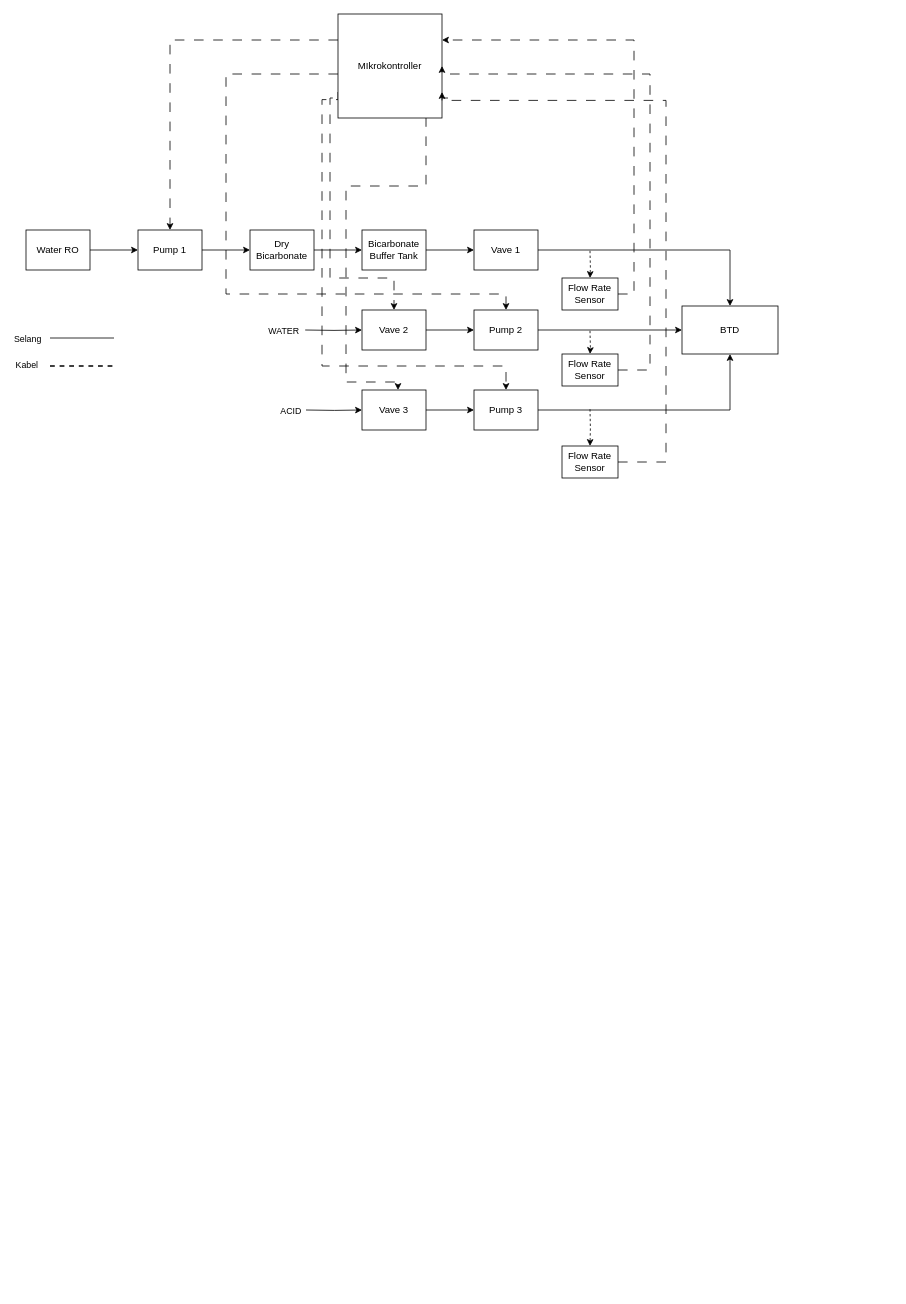
This is Untitled Diagram.drawio from hulagukhan/bismillahjadi, a draw.io file, before an edit. Source tidied: cells renumbered, new cells numbered last; positions are measured from the earlier drawing's top-left corner, leaving out a move shared by most shapes. Both pictures are drawn from the tidied source at 80%, with x=0, y=0 at pixel (26, 14).
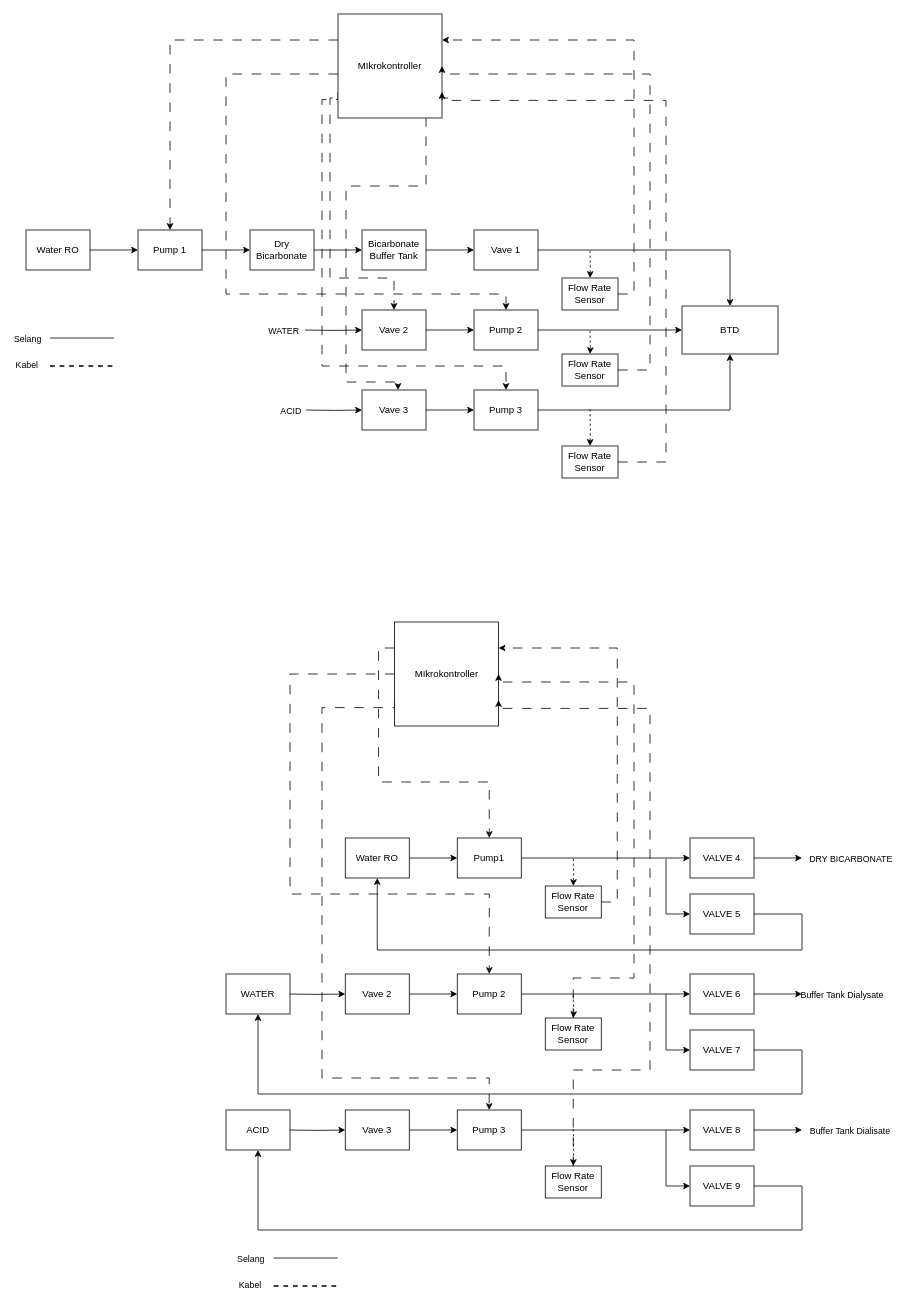
Above is the later version.

Diff of the diagram source:
```diff
@@
+    <mxCell id="44" style="edgeStyle=orthogonalEdgeStyle;rounded=0;jettySize=auto;html=1;" parent="1" edge="1" source="45" target="47">
+      <mxGeometry relative="1" as="geometry" />
+    </mxCell>
+    <mxCell id="45" value="Water RO" style="rounded=0;whiteSpace=wrap;html=1;" parent="1" vertex="1">
+      <mxGeometry x="399.1" y="1030" width="80" height="50" as="geometry" />
+    </mxCell>
+    <mxCell id="46" style="edgeStyle=orthogonalEdgeStyle;rounded=0;jettySize=auto;html=1;entryX=0;entryY=0.5;entryDx=0;entryDy=0;" parent="1" edge="1" source="47" target="77">
+      <mxGeometry relative="1" as="geometry" />
+    </mxCell>
+    <mxCell id="47" value="Pump1" style="rounded=0;whiteSpace=wrap;html=1;" parent="1" vertex="1">
+      <mxGeometry x="539.1" y="1030" width="80" height="50" as="geometry" />
+    </mxCell>
+    <mxCell id="48" style="edgeStyle=orthogonalEdgeStyle;rounded=0;jettySize=auto;html=1;" parent="1" edge="1" source="50" target="52">
+      <mxGeometry relative="1" as="geometry" />
+    </mxCell>
+    <mxCell id="49" style="edgeStyle=orthogonalEdgeStyle;rounded=0;jettySize=auto;html=1;" parent="1" edge="1" target="50">
+      <mxGeometry relative="1" as="geometry">
+        <mxPoint x="328.1" y="1225" as="sourcePoint" />
+      </mxGeometry>
+    </mxCell>
+    <mxCell id="50" value="Vave 2" style="rounded=0;whiteSpace=wrap;html=1;" parent="1" vertex="1">
+      <mxGeometry x="399.1" y="1200" width="80" height="50" as="geometry" />
+    </mxCell>
+    <mxCell id="51" style="edgeStyle=orthogonalEdgeStyle;rounded=0;jettySize=auto;html=1;entryX=0;entryY=0.5;entryDx=0;entryDy=0;" parent="1" edge="1" source="52" target="86">
+      <mxGeometry relative="1" as="geometry" />
+    </mxCell>
+    <mxCell id="52" value="Pump 2" style="rounded=0;whiteSpace=wrap;html=1;" parent="1" vertex="1">
+      <mxGeometry x="539.1" y="1200" width="80" height="50" as="geometry" />
+    </mxCell>
+    <mxCell id="53" style="edgeStyle=orthogonalEdgeStyle;rounded=0;jettySize=auto;html=1;" parent="1" edge="1" source="55" target="57">
+      <mxGeometry relative="1" as="geometry" />
+    </mxCell>
+    <mxCell id="54" style="edgeStyle=orthogonalEdgeStyle;rounded=0;jettySize=auto;html=1;" parent="1" edge="1" target="55">
+      <mxGeometry relative="1" as="geometry">
+        <mxPoint x="329.1" y="1395" as="sourcePoint" />
+      </mxGeometry>
+    </mxCell>
+    <mxCell id="55" value="Vave 3" style="rounded=0;whiteSpace=wrap;html=1;" parent="1" vertex="1">
+      <mxGeometry x="399.1" y="1370" width="80" height="50" as="geometry" />
+    </mxCell>
+    <mxCell id="56" style="edgeStyle=orthogonalEdgeStyle;rounded=0;jettySize=auto;html=1;entryX=0;entryY=0.5;entryDx=0;entryDy=0;" parent="1" edge="1" source="57" target="92">
+      <mxGeometry relative="1" as="geometry" />
+    </mxCell>
+    <mxCell id="57" value="Pump 3" style="rounded=0;whiteSpace=wrap;html=1;" parent="1" vertex="1">
+      <mxGeometry x="539.1" y="1370" width="80" height="50" as="geometry" />
+    </mxCell>
+    <mxCell id="58" style="edgeStyle=orthogonalEdgeStyle;rounded=0;jettySize=auto;html=1;exitX=0;exitY=0.75;exitDx=0;exitDy=0;dashed=1;dashPattern=12 12;" parent="1" edge="1" source="61" target="57">
+      <mxGeometry relative="1" as="geometry">
+        <Array as="points">
+          <mxPoint x="461" y="867" />
+          <mxPoint x="370" y="867" />
+          <mxPoint x="370" y="1330" />
+          <mxPoint x="579" y="1330" />
+        </Array>
+      </mxGeometry>
+    </mxCell>
+    <mxCell id="59" style="edgeStyle=orthogonalEdgeStyle;rounded=0;jettySize=auto;html=1;exitX=0;exitY=0.25;exitDx=0;exitDy=0;entryX=0.5;entryY=0;entryDx=0;entryDy=0;dashed=1;dashPattern=12 12;" parent="1" edge="1" source="61" target="47">
+      <mxGeometry relative="1" as="geometry" />
+    </mxCell>
+    <mxCell id="60" style="edgeStyle=orthogonalEdgeStyle;rounded=0;jettySize=auto;html=1;entryX=0.5;entryY=0;entryDx=0;entryDy=0;dashed=1;dashPattern=12 12;" parent="1" edge="1" source="61" target="52">
+      <mxGeometry relative="1" as="geometry">
+        <Array as="points">
+          <mxPoint x="330" y="825" />
+          <mxPoint x="330" y="1100" />
+          <mxPoint x="579" y="1100" />
+        </Array>
+      </mxGeometry>
+    </mxCell>
+    <mxCell id="61" value="MIkrokontroller" style="whiteSpace=wrap;html=1;" parent="1" vertex="1">
+      <mxGeometry x="460.7" y="760" width="130" height="130" as="geometry" />
+    </mxCell>
+    <mxCell id="62" style="edgeStyle=orthogonalEdgeStyle;rounded=0;jettySize=auto;html=1;dashed=1;" parent="1" edge="1" target="64">
+      <mxGeometry relative="1" as="geometry">
+        <mxPoint x="684.1" y="1394" as="sourcePoint" />
+      </mxGeometry>
+    </mxCell>
+    <mxCell id="63" style="edgeStyle=orthogonalEdgeStyle;rounded=0;jettySize=auto;html=1;entryX=1;entryY=0.75;entryDx=0;entryDy=0;dashed=1;dashPattern=12 12;" parent="1" edge="1" source="64" target="61">
+      <mxGeometry relative="1" as="geometry">
+        <Array as="points">
+          <mxPoint x="780" y="1320" />
+          <mxPoint x="780" y="868" />
+          <mxPoint x="591" y="868" />
+        </Array>
+      </mxGeometry>
+    </mxCell>
+    <mxCell id="64" value="Flow Rate Sensor" style="rounded=0;whiteSpace=wrap;html=1;" parent="1" vertex="1">
+      <mxGeometry x="649.1" y="1440" width="70" height="40" as="geometry" />
+    </mxCell>
+    <mxCell id="65" style="edgeStyle=orthogonalEdgeStyle;rounded=0;jettySize=auto;html=1;dashed=1;" parent="1" edge="1" target="67">
+      <mxGeometry relative="1" as="geometry">
+        <mxPoint x="684.1" y="1226" as="sourcePoint" />
+      </mxGeometry>
+    </mxCell>
+    <mxCell id="66" style="edgeStyle=orthogonalEdgeStyle;rounded=0;jettySize=auto;html=1;entryX=1;entryY=0.5;entryDx=0;entryDy=0;dashed=1;dashPattern=12 12;" parent="1" edge="1" source="67" target="61">
+      <mxGeometry relative="1" as="geometry">
+        <Array as="points">
+          <mxPoint x="760" y="1205" />
+          <mxPoint x="760" y="835" />
+          <mxPoint x="591" y="835" />
+        </Array>
+      </mxGeometry>
+    </mxCell>
+    <mxCell id="67" value="Flow Rate Sensor" style="rounded=0;whiteSpace=wrap;html=1;" parent="1" vertex="1">
+      <mxGeometry x="649.1" y="1255" width="70" height="40" as="geometry" />
+    </mxCell>
+    <mxCell id="68" style="edgeStyle=orthogonalEdgeStyle;rounded=0;jettySize=auto;html=1;dashed=1;" parent="1" edge="1" target="70">
+      <mxGeometry relative="1" as="geometry">
+        <mxPoint x="684.1" y="1056" as="sourcePoint" />
+      </mxGeometry>
+    </mxCell>
+    <mxCell id="69" style="edgeStyle=orthogonalEdgeStyle;rounded=0;jettySize=auto;html=1;exitX=1;exitY=0.5;exitDx=0;exitDy=0;entryX=1;entryY=0.25;entryDx=0;entryDy=0;dashed=1;dashPattern=12 12;" parent="1" edge="1" source="70" target="61">
+      <mxGeometry relative="1" as="geometry" />
+    </mxCell>
+    <mxCell id="70" value="Flow Rate Sensor" style="rounded=0;whiteSpace=wrap;html=1;" parent="1" vertex="1">
+      <mxGeometry x="649.1" y="1090" width="70" height="40" as="geometry" />
+    </mxCell>
+    <mxCell id="71" style="endArrow=none;html=1;rounded=0;" parent="1" edge="1">
+      <mxGeometry relative="1" as="geometry">
+        <mxPoint x="309.7" y="1555" as="sourcePoint" />
+        <mxPoint x="389.7" y="1555" as="targetPoint" />
+      </mxGeometry>
+    </mxCell>
+    <mxCell id="72" value="Selang" style="edgeLabel;html=1;align=center;verticalAlign=middle;" parent="71" vertex="1">
+      <mxGeometry x="0.39" y="2" relative="1" as="geometry">
+        <mxPoint x="-85" y="2" as="offset" />
+      </mxGeometry>
+    </mxCell>
+    <mxCell id="73" style="endArrow=none;dashed=1;html=1;strokeWidth=2;rounded=0;" parent="1" edge="1">
+      <mxGeometry relative="1" as="geometry">
+        <mxPoint x="309.7" y="1590" as="sourcePoint" />
+        <mxPoint x="389.7" y="1590" as="targetPoint" />
+      </mxGeometry>
+    </mxCell>
+    <mxCell id="74" value="Kabel" style="edgeLabel;html=1;align=center;verticalAlign=middle;" parent="73" vertex="1">
+      <mxGeometry x="-0.65" y="2" relative="1" as="geometry">
+        <mxPoint x="-44" as="offset" />
+      </mxGeometry>
+    </mxCell>
+    <mxCell id="75" style="edgeStyle=orthogonalEdgeStyle;rounded=0;jettySize=auto;html=1;" parent="1" edge="1" source="77">
+      <mxGeometry relative="1" as="geometry">
+        <mxPoint x="970" y="1055" as="targetPoint" />
+      </mxGeometry>
+    </mxCell>
+    <mxCell id="76" value="DRY BICARBONATE" style="edgeLabel;html=1;align=center;verticalAlign=middle;" parent="75" vertex="1">
+      <mxGeometry x="0.64" y="-3" relative="1" as="geometry">
+        <mxPoint x="71" y="-3" as="offset" />
+      </mxGeometry>
+    </mxCell>
+    <mxCell id="77" value="VALVE 4" style="rounded=0;whiteSpace=wrap;html=1;" parent="1" vertex="1">
+      <mxGeometry x="830" y="1030" width="80" height="50" as="geometry" />
+    </mxCell>
+    <mxCell id="78" style="edgeStyle=orthogonalEdgeStyle;rounded=0;jettySize=auto;html=1;" parent="1" edge="1" target="80">
+      <mxGeometry relative="1" as="geometry">
+        <mxPoint x="800" y="1056" as="sourcePoint" />
+        <Array as="points">
+          <mxPoint x="800" y="1125" />
+        </Array>
+      </mxGeometry>
+    </mxCell>
+    <mxCell id="79" style="edgeStyle=orthogonalEdgeStyle;rounded=0;jettySize=auto;html=1;entryX=0.5;entryY=1;entryDx=0;entryDy=0;" parent="1" edge="1" source="80" target="45">
+      <mxGeometry relative="1" as="geometry">
+        <Array as="points">
+          <mxPoint x="970" y="1125" />
+          <mxPoint x="970" y="1170" />
+          <mxPoint x="439" y="1170" />
+        </Array>
+      </mxGeometry>
+    </mxCell>
+    <mxCell id="80" value="VALVE 5" style="rounded=0;whiteSpace=wrap;html=1;" parent="1" vertex="1">
+      <mxGeometry x="830" y="1100" width="80" height="50" as="geometry" />
+    </mxCell>
+    <mxCell id="81" style="edgeStyle=orthogonalEdgeStyle;rounded=0;jettySize=auto;html=1;" parent="1" edge="1" target="83">
+      <mxGeometry relative="1" as="geometry">
+        <mxPoint x="800" y="1225" as="sourcePoint" />
+        <Array as="points">
+          <mxPoint x="800" y="1295" />
+        </Array>
+      </mxGeometry>
+    </mxCell>
+    <mxCell id="82" style="edgeStyle=orthogonalEdgeStyle;rounded=0;jettySize=auto;html=1;entryX=0.5;entryY=1;entryDx=0;entryDy=0;" parent="1" edge="1" source="83" target="93">
+      <mxGeometry relative="1" as="geometry">
+        <Array as="points">
+          <mxPoint x="970" y="1295" />
+          <mxPoint x="970" y="1350" />
+          <mxPoint x="290" y="1350" />
+        </Array>
+      </mxGeometry>
+    </mxCell>
+    <mxCell id="83" value="VALVE 7" style="rounded=0;whiteSpace=wrap;html=1;" parent="1" vertex="1">
+      <mxGeometry x="830" y="1270" width="80" height="50" as="geometry" />
+    </mxCell>
+    <mxCell id="84" style="edgeStyle=orthogonalEdgeStyle;rounded=0;jettySize=auto;html=1;" parent="1" edge="1" source="86">
+      <mxGeometry relative="1" as="geometry">
+        <mxPoint x="970" y="1225" as="targetPoint" />
+      </mxGeometry>
+    </mxCell>
+    <mxCell id="85" value="Buffer Tank Dialysate" style="edgeLabel;html=1;align=center;verticalAlign=middle;" parent="84" vertex="1">
+      <mxGeometry x="0.73" y="3" relative="1" as="geometry">
+        <mxPoint x="58" y="3" as="offset" />
+      </mxGeometry>
+    </mxCell>
+    <mxCell id="86" value="VALVE 6" style="rounded=0;whiteSpace=wrap;html=1;" parent="1" vertex="1">
+      <mxGeometry x="830" y="1200" width="80" height="50" as="geometry" />
+    </mxCell>
+    <mxCell id="87" style="edgeStyle=orthogonalEdgeStyle;rounded=0;jettySize=auto;html=1;" parent="1" edge="1" target="89">
+      <mxGeometry relative="1" as="geometry">
+        <mxPoint x="800" y="1395" as="sourcePoint" />
+        <Array as="points">
+          <mxPoint x="800" y="1465" />
+        </Array>
+      </mxGeometry>
+    </mxCell>
+    <mxCell id="88" style="edgeStyle=orthogonalEdgeStyle;rounded=0;jettySize=auto;html=1;entryX=0.5;entryY=1;entryDx=0;entryDy=0;" parent="1" edge="1" source="89" target="94">
+      <mxGeometry relative="1" as="geometry">
+        <Array as="points">
+          <mxPoint x="970" y="1465" />
+          <mxPoint x="970" y="1520" />
+          <mxPoint x="290" y="1520" />
+        </Array>
+      </mxGeometry>
+    </mxCell>
+    <mxCell id="89" value="VALVE 9" style="rounded=0;whiteSpace=wrap;html=1;" parent="1" vertex="1">
+      <mxGeometry x="830" y="1440" width="80" height="50" as="geometry" />
+    </mxCell>
+    <mxCell id="90" style="edgeStyle=orthogonalEdgeStyle;rounded=0;jettySize=auto;html=1;" parent="1" edge="1" source="92">
+      <mxGeometry relative="1" as="geometry">
+        <mxPoint x="970" y="1395" as="targetPoint" />
+      </mxGeometry>
+    </mxCell>
+    <mxCell id="91" value="Buffer Tank Dialisate" style="edgeLabel;html=1;align=center;verticalAlign=middle;" parent="90" vertex="1">
+      <mxGeometry x="0.83" y="-1" relative="1" as="geometry">
+        <mxPoint x="65" y="-1" as="offset" />
+      </mxGeometry>
+    </mxCell>
+    <mxCell id="92" value="VALVE 8" style="rounded=0;whiteSpace=wrap;html=1;" parent="1" vertex="1">
+      <mxGeometry x="830" y="1370" width="80" height="50" as="geometry" />
+    </mxCell>
+    <mxCell id="93" value="WATER" style="rounded=0;whiteSpace=wrap;html=1;" parent="1" vertex="1">
+      <mxGeometry x="250" y="1200" width="80" height="50" as="geometry" />
+    </mxCell>
+    <mxCell id="94" value="ACID" style="rounded=0;whiteSpace=wrap;html=1;" parent="1" vertex="1">
+      <mxGeometry x="250" y="1370" width="80" height="50" as="geometry" />
+    </mxCell>
```
